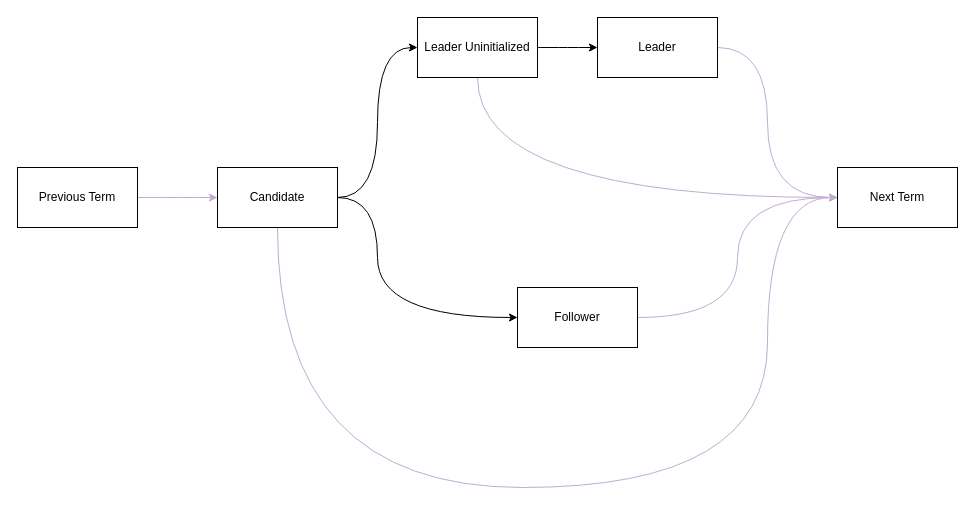
sarin1991/asgard keeps this draw.io diagram as page "Time" (1 of 4) of docs/arch.drawio. Above is the earlier version. Source tidied: cells renumbered, new cells numbered last; positions are measured from the earlier drawing's top-left corner, leaving out a move shared by most shapes. Both pictures are drawn from the tidied source at 100%, with x=0, y=0 at pixel (17, 17).
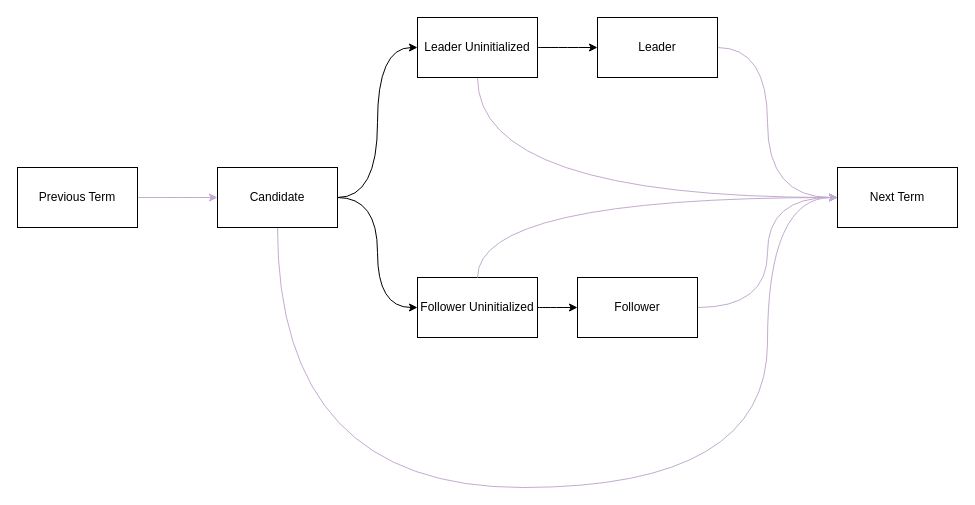
Above is the later version.

Commit message (it also covers changes not shown here):
Updating asgard docs to add in Follower unitialized

Unchanged cells that the change refers to:
```xml
<mxCell id="5" value="Candidate" style="rounded=0;whiteSpace=wrap;html=1;" parent="1" vertex="1">
  <mxGeometry x="200" y="150" width="120" height="60" as="geometry" />
</mxCell>
<mxCell id="15" value="Next Term" style="rounded=0;whiteSpace=wrap;html=1;" parent="1" vertex="1">
  <mxGeometry x="820" y="150" width="120" height="60" as="geometry" />
</mxCell>
```

What changed in the source:
```diff
@@
-    <mxCell id="2" style="edgeStyle=orthogonalEdgeStyle;jettySize=auto;html=1;exitX=1;exitY=0.5;exitDx=0;exitDy=0;entryX=0;entryY=0.5;entryDx=0;entryDy=0;curved=1;" parent="1" edge="1" source="5" target="7">
-      <mxGeometry relative="1" as="geometry">
-        <Array as="points">
-          <mxPoint x="360" y="180" />
-          <mxPoint x="360" y="300" />
-        </Array>
-      </mxGeometry>
-    </mxCell>
@@
+    <mxCell id="16" style="edgeStyle=orthogonalEdgeStyle;jettySize=auto;html=1;exitX=1;exitY=0.5;exitDx=0;exitDy=0;entryX=0;entryY=0.5;entryDx=0;entryDy=0;curved=1;" parent="1" edge="1" source="5" target="18">
+      <mxGeometry relative="1" as="geometry" />
+    </mxCell>
@@
     <mxCell id="7" value="Follower" style="rounded=0;whiteSpace=wrap;html=1;" parent="1" vertex="1">
-      <mxGeometry x="500" y="270" width="120" height="60" as="geometry" />
+      <mxGeometry x="560" y="260" width="120" height="60" as="geometry" />
     </mxCell>
@@
+    <mxCell id="17" style="edgeStyle=orthogonalEdgeStyle;jettySize=auto;html=1;exitX=1;exitY=0.5;exitDx=0;exitDy=0;curved=1;" parent="1" edge="1" source="18" target="7">
+      <mxGeometry relative="1" as="geometry" />
+    </mxCell>
+    <mxCell id="18" value="Follower Uninitialized" style="rounded=0;whiteSpace=wrap;html=1;" parent="1" vertex="1">
+      <mxGeometry x="400" y="260" width="120" height="60" as="geometry" />
+    </mxCell>
+    <mxCell id="19" style="edgeStyle=orthogonalEdgeStyle;jettySize=auto;html=1;exitX=0.5;exitY=0;exitDx=0;exitDy=0;entryX=0;entryY=0.5;entryDx=0;entryDy=0;shadow=0;sketch=0;curved=1;strokeColor=#C3ABD0;" parent="1" edge="1" source="18" target="15">
+      <mxGeometry relative="1" as="geometry" />
+    </mxCell>
```
